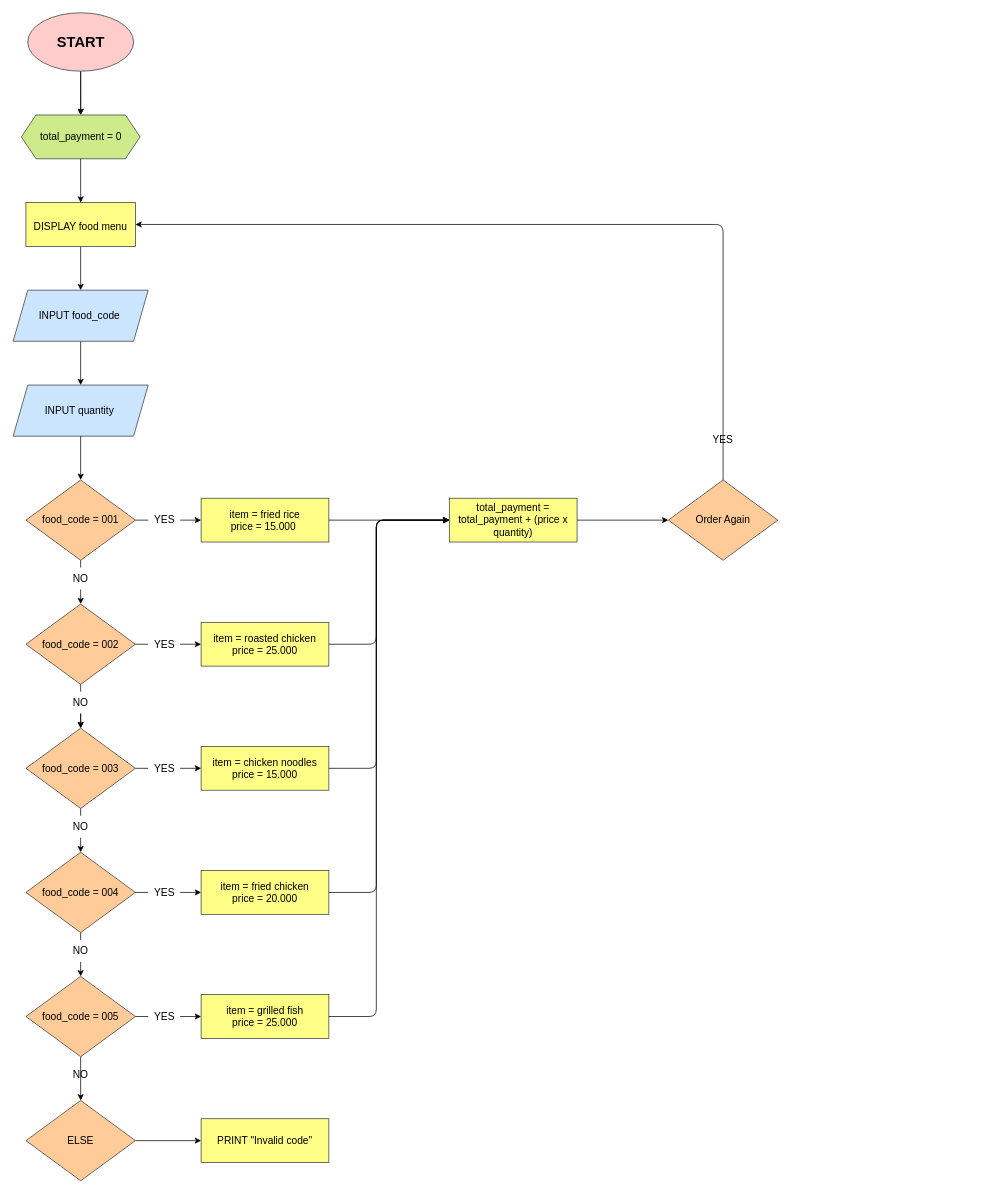
The draw.io diagram flowchart.drawio in karindaamelia/karinda_amelia-sistem_kasir, before the edit. Source tidied: cells renumbered, new cells numbered last; positions are measured from the earlier drawing's top-left corner, leaving out a move shared by most shapes. Both pictures are drawn from the tidied source at 73%, with x=0, y=0 at pixel (12, 12).
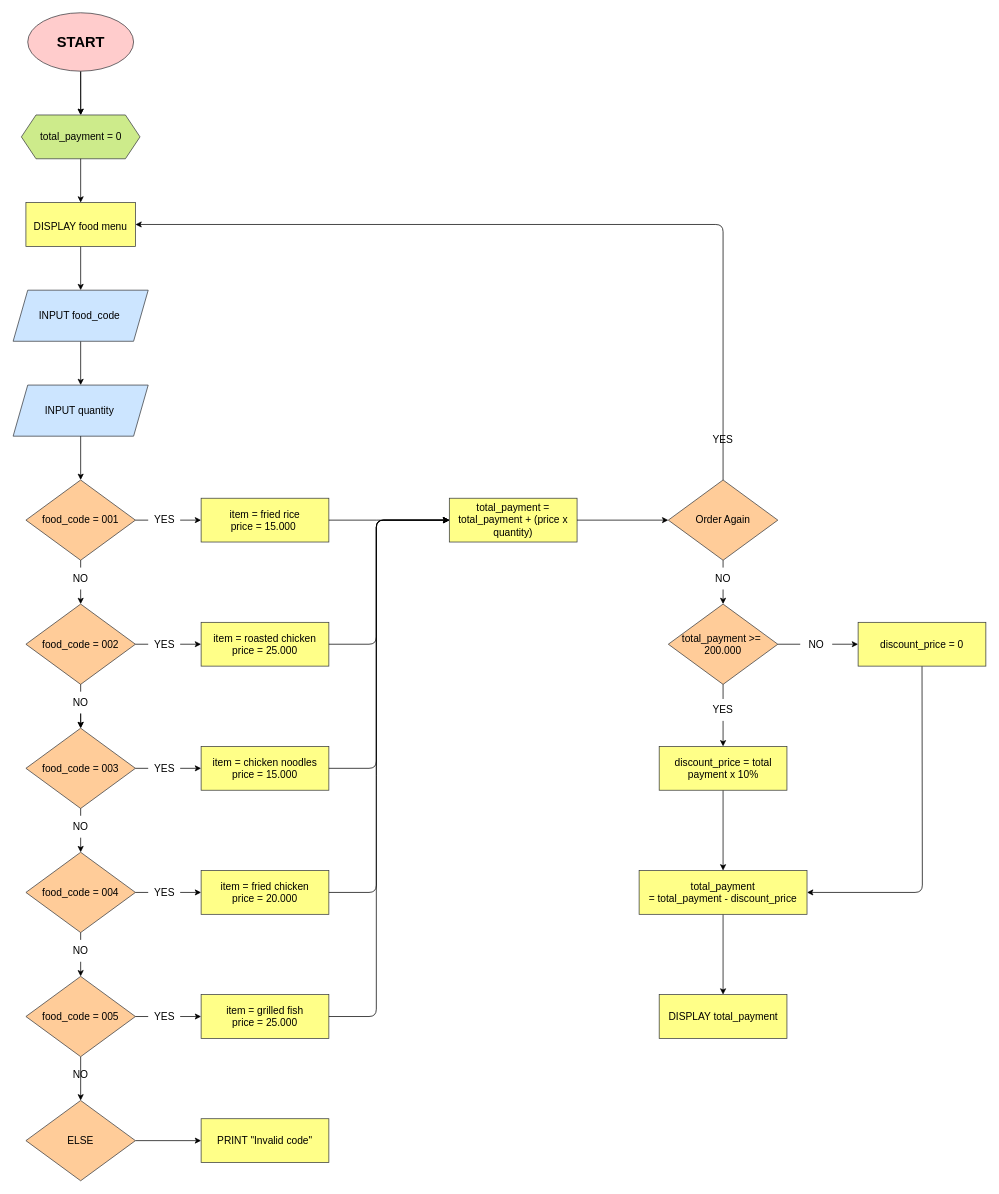
The same page after the edit.

Commit message:
Menghitung diskon dan total payment

Diff of the diagram source:
```diff
@@
+    <mxCell id="66" style="edgeStyle=none;html=1;fontSize=14;fontColor=#000000;strokeColor=#000000;startArrow=none;" parent="1" edge="1" source="79" target="69">
+      <mxGeometry relative="1" as="geometry" />
+    </mxCell>
+    <mxCell id="67" style="edgeStyle=none;html=1;entryX=0;entryY=0.5;entryDx=0;entryDy=0;fontSize=14;fontColor=#000000;strokeColor=#000000;startArrow=none;" parent="1" edge="1" source="81" target="72">
+      <mxGeometry relative="1" as="geometry" />
+    </mxCell>
+    <mxCell id="68" style="edgeStyle=none;html=1;fontSize=14;startArrow=none;fontColor=#000000;strokeColor=#000000;" parent="1" edge="1" source="77" target="74">
+      <mxGeometry relative="1" as="geometry" />
+    </mxCell>
+    <mxCell id="69" value="total_payment &amp;gt;=&amp;nbsp;&lt;br&gt;200.000" style="rhombus;whiteSpace=wrap;html=1;fontSize=14;fillColor=#ffcc99;strokeColor=#36393d;fontColor=#000000;" parent="1" vertex="1">
+      <mxGeometry x="898" y="810" width="150" height="110" as="geometry" />
+    </mxCell>
+    <mxCell id="70" value="DISPLAY total_payment" style="rounded=0;whiteSpace=wrap;html=1;fontSize=14;fillColor=#ffff88;strokeColor=#36393d;fontColor=#000000;" parent="1" vertex="1">
+      <mxGeometry x="885.5" y="1345" width="175" height="60" as="geometry" />
+    </mxCell>
+    <mxCell id="71" style="edgeStyle=none;html=1;entryX=1;entryY=0.5;entryDx=0;entryDy=0;fontSize=14;fontColor=#000000;strokeColor=#000000;" parent="1" edge="1" source="72" target="76">
+      <mxGeometry relative="1" as="geometry">
+        <Array as="points">
+          <mxPoint x="1246" y="1205" />
+        </Array>
+      </mxGeometry>
+    </mxCell>
+    <mxCell id="72" value="discount_price = 0" style="rounded=0;whiteSpace=wrap;html=1;fontSize=14;fillColor=#ffff88;strokeColor=#36393d;fontColor=#000000;" parent="1" vertex="1">
+      <mxGeometry x="1158" y="835" width="175" height="60" as="geometry" />
+    </mxCell>
+    <mxCell id="73" style="edgeStyle=none;html=1;entryX=0.5;entryY=0;entryDx=0;entryDy=0;fontSize=14;fontColor=#000000;strokeColor=#000000;" parent="1" edge="1" source="74" target="76">
+      <mxGeometry relative="1" as="geometry" />
+    </mxCell>
+    <mxCell id="74" value="&lt;span&gt;discount_price = total payment x 10%&lt;/span&gt;" style="rounded=0;whiteSpace=wrap;html=1;fontSize=14;fillColor=#ffff88;strokeColor=#36393d;fontColor=#000000;" parent="1" vertex="1">
+      <mxGeometry x="885.5" y="1005" width="175" height="60" as="geometry" />
+    </mxCell>
+    <mxCell id="75" style="edgeStyle=none;html=1;entryX=0.5;entryY=0;entryDx=0;entryDy=0;fontSize=14;fontColor=#000000;strokeColor=#000000;" parent="1" edge="1" source="76" target="70">
+      <mxGeometry relative="1" as="geometry" />
+    </mxCell>
+    <mxCell id="76" value="total_payment &lt;br&gt;= total_payment - discount_price" style="rounded=0;whiteSpace=wrap;html=1;fontSize=14;fillColor=#ffff88;strokeColor=#36393d;fontColor=#000000;" parent="1" vertex="1">
+      <mxGeometry x="858" y="1175" width="230" height="60" as="geometry" />
+    </mxCell>
+    <mxCell id="77" value="YES" style="text;html=1;strokeColor=none;fillColor=none;align=center;verticalAlign=middle;whiteSpace=wrap;rounded=0;fontSize=14;fontColor=#000000;" parent="1" vertex="1">
+      <mxGeometry x="951.1" y="940" width="43.8" height="30" as="geometry" />
+    </mxCell>
+    <mxCell id="78" style="edgeStyle=none;html=1;fontSize=14;endArrow=none;fontColor=#000000;strokeColor=#000000;" parent="1" edge="1" source="69" target="77">
+      <mxGeometry relative="1" as="geometry" />
+    </mxCell>
+    <mxCell id="79" value="NO" style="text;html=1;strokeColor=none;fillColor=none;align=center;verticalAlign=middle;whiteSpace=wrap;rounded=0;fontSize=14;fontColor=#000000;" parent="1" vertex="1">
+      <mxGeometry x="951.1" y="760" width="43.8" height="30" as="geometry" />
+    </mxCell>
+    <mxCell id="80" style="edgeStyle=none;html=1;fontSize=14;fontColor=#000000;strokeColor=#000000;endArrow=none;" parent="1" edge="1" target="79">
+      <mxGeometry relative="1" as="geometry">
+        <mxPoint x="973" y="750" as="sourcePoint" />
+      </mxGeometry>
+    </mxCell>
+    <mxCell id="81" value="NO" style="text;html=1;strokeColor=none;fillColor=none;align=center;verticalAlign=middle;whiteSpace=wrap;rounded=0;fontSize=14;fontColor=#000000;" parent="1" vertex="1">
+      <mxGeometry x="1078.7" y="850" width="43.8" height="30" as="geometry" />
+    </mxCell>
+    <mxCell id="82" style="edgeStyle=none;html=1;entryX=0;entryY=0.5;entryDx=0;entryDy=0;fontSize=14;fontColor=#000000;strokeColor=#000000;endArrow=none;" parent="1" edge="1" source="69" target="81">
+      <mxGeometry relative="1" as="geometry" />
+    </mxCell>
```
